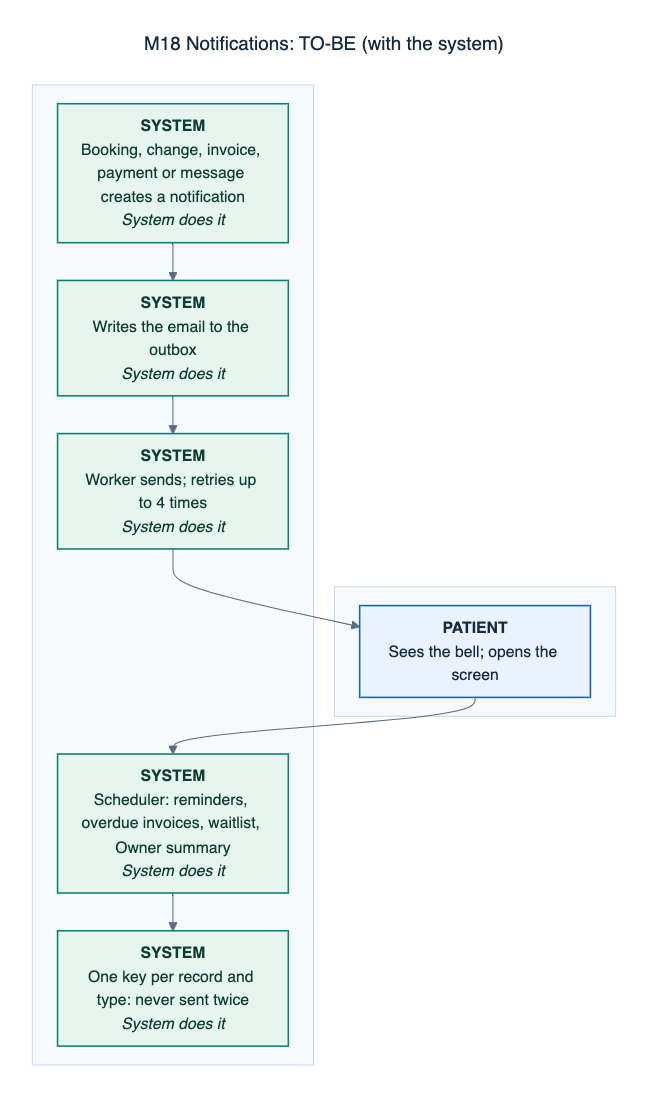
This is docs/defense/diagrams/png/M18-notifications-to-be.png from 0phem/multibranch-dental-clinic, a Mermaid export, as it was before one commit. Its source is kept beside it as docs/defense/diagrams/M18-notifications-to-be.mmd.
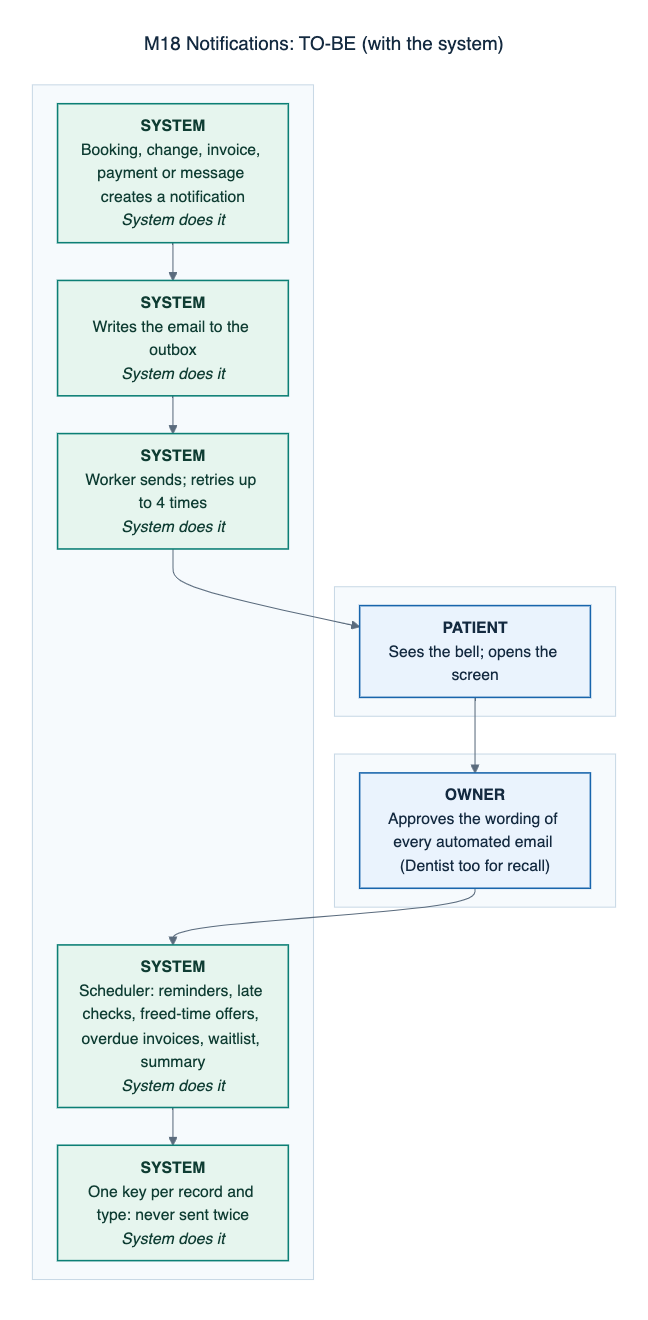
The same diagram one commit later.

The edit, as a diff of the source:
```diff
@@ -6,19 +6,24 @@
     direction LR
       S3["<b>PATIENT</b><br/>Sees the bell; opens the screen"]:::manual
     end
+    subgraph L3[" "]
+    direction LR
+      S4["<b>OWNER</b><br/>Approves the wording of every automated email (Dentist too for recall)"]:::manual
+    end
     subgraph L4[" "]
     direction LR
       S0["<b>SYSTEM</b><br/>Booking, change, invoice, payment or message creates a notification<br/><i>System does it</i>"]:::auto
       S1["<b>SYSTEM</b><br/>Writes the email to the outbox<br/><i>System does it</i>"]:::auto
       S2["<b>SYSTEM</b><br/>Worker sends; retries up to 4 times<br/><i>System does it</i>"]:::auto
-      S4["<b>SYSTEM</b><br/>Scheduler: reminders, overdue invoices, waitlist, Owner summary<br/><i>System does it</i>"]:::auto
-      S5["<b>SYSTEM</b><br/>One key per record and type: never sent twice<br/><i>System does it</i>"]:::auto
+      S5["<b>SYSTEM</b><br/>Scheduler: reminders, late checks, freed-time offers, overdue invoices, waitlist, summary<br/><i>System does it</i>"]:::auto
+      S6["<b>SYSTEM</b><br/>One key per record and type: never sent twice<br/><i>System does it</i>"]:::auto
     end
     S0 --> S1
     S1 --> S2
     S2 --> S3
     S3 --> S4
     S4 --> S5
+    S5 --> S6
     classDef cited fill:#eaf3fd,stroke:#1865ac,color:#142a40,stroke-width:1.5px
     classDef confirm fill:#fffaf0,stroke:#b26a00,color:#5e3c00,stroke-width:1.5px,stroke-dasharray:6 4
     classDef auto fill:#e6f5ee,stroke:#0c7f75,color:#0f3d33,stroke-width:1.5px
```
